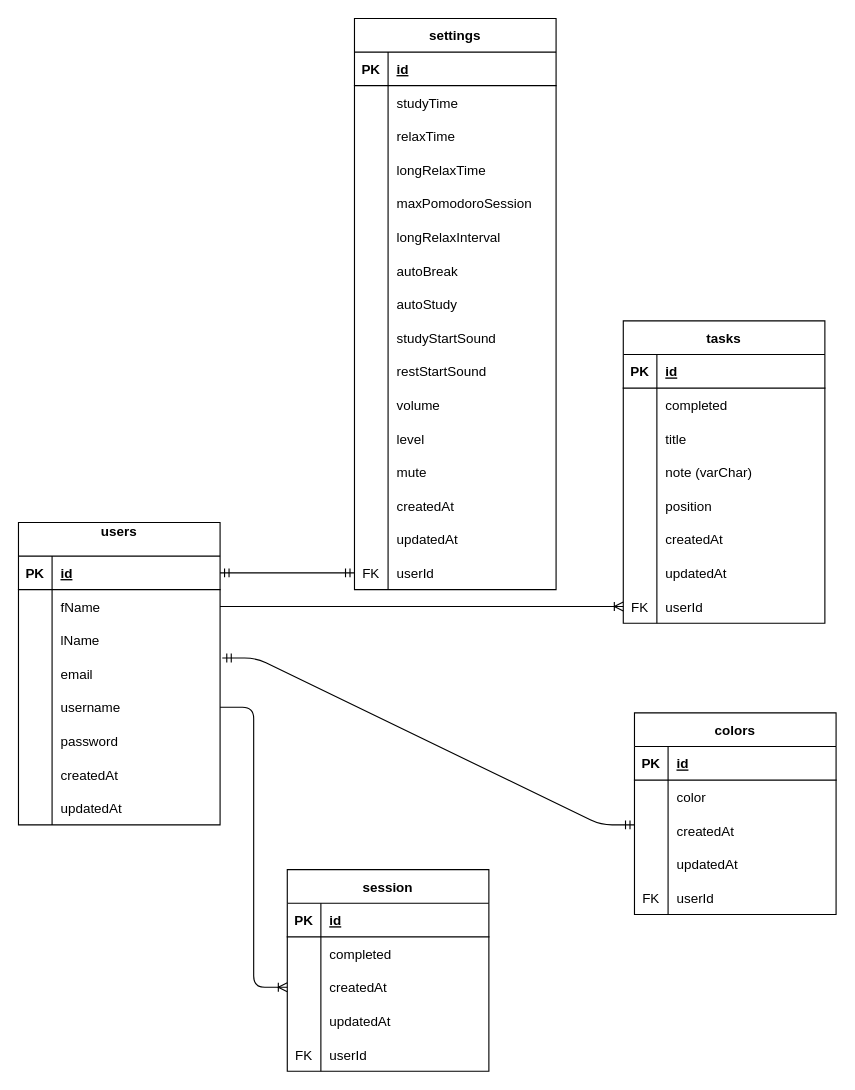
This is server/database_schema.dio from BinLama/pomodoro, a draw.io file, before an edit. Source tidied: cells renumbered, new cells numbered last; positions are measured from the earlier drawing's top-left corner, leaving out a move shared by most shapes. Both pictures are drawn from the tidied source at 112%, with x=0, y=0 at pixel (18, 18).
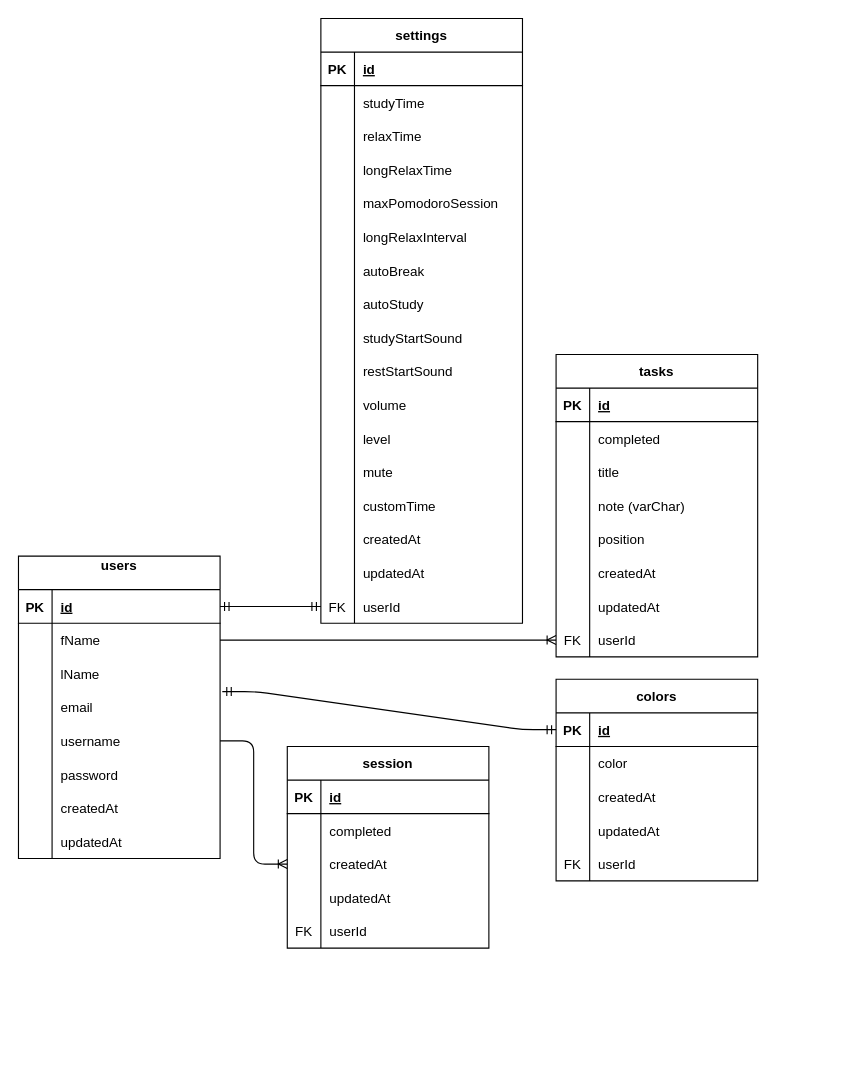
The same diagram, later.

Unchanged cells that the change refers to:
```xml
<mxCell id="12" style="shape=tableRow;horizontal=0;startSize=0;swimlaneHead=0;swimlaneBody=0;fillColor=none;points=[[0,0.5],[1,0.5]];portConstraint=eastwest;top=0;left=0;right=0;bottom=0;" parent="2" vertex="1">
  <mxGeometry y="120" width="180" height="30" as="geometry" />
</mxCell>
<mxCell id="122" style="shape=tableRow;horizontal=0;startSize=0;swimlaneHead=0;swimlaneBody=0;fillColor=none;points=[[0,0.5],[1,0.5]];portConstraint=eastwest;top=0;left=0;right=0;bottom=1;rounded=0;shadow=0;labelBorderColor=none;sketch=0;fillStyle=auto;strokeColor=default;html=0;" parent="121" vertex="1">
  <mxGeometry y="30" width="180" height="30" as="geometry" />
</mxCell>
```

What changed in the source:
```diff
@@
     <mxCell id="2" value="users&#10;" style="shape=table;startSize=30;childLayout=tableLayout;rowLines=0;fontStyle=1;align=center;strokeColor=default;fillStyle=auto;rounded=0;shadow=0;gradientColor=none;" parent="1" vertex="1">
-      <mxGeometry y="450" width="180" height="270" as="geometry" />
+      <mxGeometry y="480" width="180" height="270" as="geometry" />
     </mxCell>
@@
     <mxCell id="29" value="settings" style="shape=table;startSize=30;childLayout=tableLayout;rowLines=0;fontStyle=1;align=center;rounded=0;shadow=0;labelBorderColor=none;sketch=0;fillStyle=auto;strokeColor=default;gradientColor=none;html=0;" parent="1" vertex="1">
-      <mxGeometry x="300" width="180" height="510" as="geometry" />
+      <mxGeometry x="270" width="180" height="540" as="geometry" />
     </mxCell>
@@
+    <mxCell id="139" style="shape=tableRow;horizontal=0;startSize=0;swimlaneHead=0;swimlaneBody=0;fillColor=none;top=0;left=0;right=0;bottom=0;rounded=0;shadow=0;labelBorderColor=none;sketch=0;fillStyle=auto;strokeColor=default;html=0;" parent="29" vertex="1">
+      <mxGeometry y="420" width="180" height="30" as="geometry" />
+    </mxCell>
+    <mxCell id="140" style="shape=partialRectangle;fillColor=none;top=0;left=0;bottom=0;right=0;overflow=hidden;rounded=0;shadow=0;labelBorderColor=none;sketch=0;fillStyle=auto;strokeColor=default;html=0;" parent="139" vertex="1">
+      <mxGeometry width="30" height="30" as="geometry" />
+    </mxCell>
+    <mxCell id="141" value="customTime" style="shape=partialRectangle;fillColor=none;top=0;left=0;bottom=0;right=0;align=left;spacingLeft=6;overflow=hidden;rounded=0;shadow=0;labelBorderColor=none;sketch=0;fillStyle=auto;strokeColor=default;html=0;" parent="139" vertex="1">
+      <mxGeometry x="30" width="150" height="30" as="geometry" />
+    </mxCell>
     <mxCell id="69" style="shape=tableRow;horizontal=0;startSize=0;swimlaneHead=0;swimlaneBody=0;fillColor=none;top=0;left=0;right=0;bottom=0;rounded=0;shadow=0;labelBorderColor=none;sketch=0;fillStyle=auto;strokeColor=default;html=0;" parent="29" vertex="1">
-      <mxGeometry y="420" width="180" height="30" as="geometry" />
+      <mxGeometry y="450" width="180" height="30" as="geometry" />
     </mxCell>
@@
     <mxCell id="72" style="shape=tableRow;horizontal=0;startSize=0;swimlaneHead=0;swimlaneBody=0;fillColor=none;top=0;left=0;right=0;bottom=0;rounded=0;shadow=0;labelBorderColor=none;sketch=0;fillStyle=auto;strokeColor=default;html=0;" parent="29" vertex="1">
-      <mxGeometry y="450" width="180" height="30" as="geometry" />
+      <mxGeometry y="480" width="180" height="30" as="geometry" />
     </mxCell>
@@
     <mxCell id="75" style="shape=tableRow;horizontal=0;startSize=0;swimlaneHead=0;swimlaneBody=0;fillColor=none;points=[[0,0.5],[1,0.5]];portConstraint=eastwest;top=0;left=0;right=0;bottom=0;rounded=0;shadow=0;labelBorderColor=none;sketch=0;fillStyle=auto;strokeColor=default;html=0;" parent="29" vertex="1">
-      <mxGeometry y="480" width="180" height="30" as="geometry" />
+      <mxGeometry y="510" width="180" height="30" as="geometry" />
     </mxCell>
@@
     <mxCell id="79" value="tasks" style="shape=table;startSize=30;childLayout=tableLayout;rowLines=0;fontStyle=1;align=center;rounded=0;shadow=0;labelBorderColor=none;sketch=0;fillStyle=auto;strokeColor=default;gradientColor=none;html=0;" parent="1" vertex="1">
-      <mxGeometry x="540" y="270" width="180" height="270" as="geometry" />
+      <mxGeometry x="480" y="300" width="180" height="270" as="geometry" />
     </mxCell>
@@
     <mxCell id="105" value="session" style="shape=table;startSize=30;childLayout=tableLayout;rowLines=0;fontStyle=1;align=center;rounded=0;shadow=0;labelBorderColor=none;sketch=0;fillStyle=auto;strokeColor=default;gradientColor=none;html=0;" parent="1" vertex="1">
-      <mxGeometry x="240" y="760" width="180" height="180" as="geometry" />
+      <mxGeometry x="240" y="650" width="180" height="180" as="geometry" />
     </mxCell>
@@
     <mxCell id="121" value="colors" style="shape=table;startSize=30;childLayout=tableLayout;rowLines=0;fontStyle=1;align=center;rounded=0;shadow=0;labelBorderColor=none;sketch=0;fillStyle=auto;strokeColor=default;gradientColor=none;html=0;" parent="1" vertex="1">
-      <mxGeometry x="550" y="620" width="180" height="180" as="geometry" />
+      <mxGeometry x="480" y="590" width="180" height="180" as="geometry" />
     </mxCell>
@@
-    <mxCell id="138" style="edgeStyle=entityRelationEdgeStyle;fontSize=12;html=1;endArrow=ERmandOne;startArrow=ERmandOne;exitX=1.011;exitY=0.033;exitDx=0;exitDy=0;exitPerimeter=0;" parent="1" edge="1" source="12">
-      <mxGeometry relative="1" as="geometry">
-        <mxPoint x="550" y="720" as="targetPoint" />
-      </mxGeometry>
+    <mxCell id="138" style="edgeStyle=entityRelationEdgeStyle;fontSize=12;html=1;endArrow=ERmandOne;startArrow=ERmandOne;exitX=1.011;exitY=0.033;exitDx=0;exitDy=0;exitPerimeter=0;" parent="1" edge="1" source="12" target="122">
+      <mxGeometry relative="1" as="geometry" />
     </mxCell>
```
